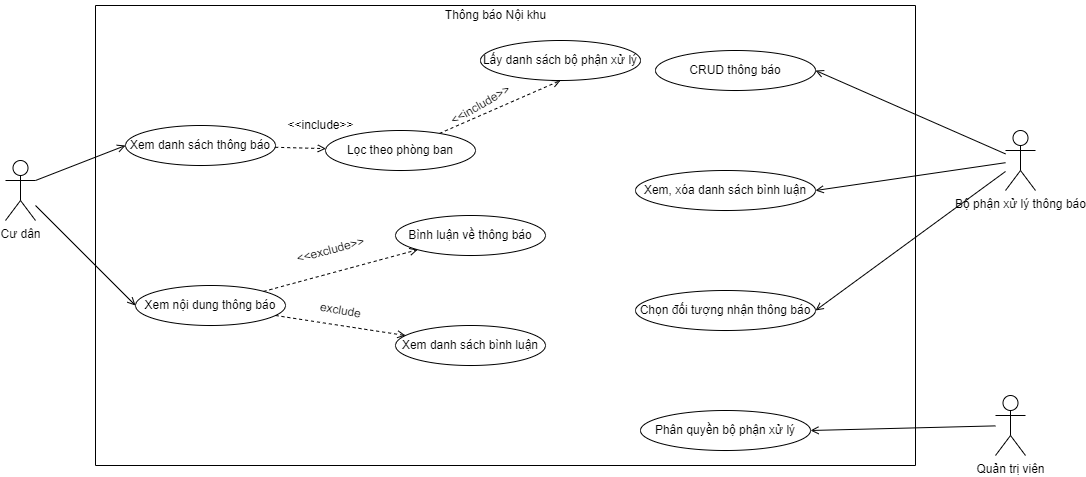
The draw.io diagram usecase diagram/Thông báo.drawio.png in kienndhn/draw-io, before a commit. Source tidied: cells renumbered, new cells last; positions are measured from the earlier drawing's top-left corner, leaving out a move shared by most shapes.
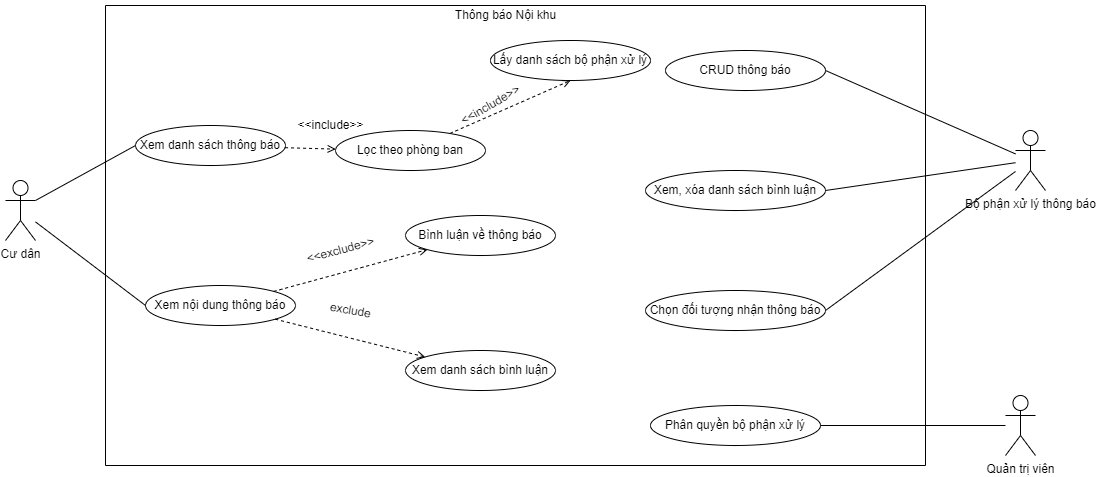
The same file after the commit.

The edit, as a diff of the source:
```diff
@@ -39,7 +39,7 @@
       <mxGeometry relative="1" as="geometry" />
     </mxCell>
     <mxCell id="14" value="Xem danh sách bình luận" style="ellipse;whiteSpace=wrap;html=1;" parent="2" vertex="1">
-      <mxGeometry x="300" y="320" width="150" height="40" as="geometry" />
+      <mxGeometry x="300" y="345" width="150" height="40" as="geometry" />
     </mxCell>
     <mxCell id="15" style="edgeStyle=none;rounded=0;jettySize=auto;html=1;dashed=1;endArrow=open;endFill=0;" parent="2" edge="1" source="5" target="14">
       <mxGeometry relative="1" as="geometry" />
@@ -57,30 +57,30 @@
       <mxGeometry x="340" y="85" width="90" height="30" as="geometry" />
     </mxCell>
     <mxCell id="20" value="Phân quyền bộ phận xử lý" style="ellipse;whiteSpace=wrap;html=1;" parent="2" vertex="1">
-      <mxGeometry x="545" y="405" width="170" height="40" as="geometry" />
+      <mxGeometry x="545" y="400" width="170" height="40" as="geometry" />
     </mxCell>
-    <mxCell id="21" style="edgeStyle=none;rounded=0;jettySize=auto;html=1;exitX=1;exitY=0.3333333333333333;exitDx=0;exitDy=0;exitPerimeter=0;entryX=0;entryY=0.5;entryDx=0;entryDy=0;endArrow=open;endFill=0;" parent="1" edge="1" source="23" target="4">
+    <mxCell id="21" style="edgeStyle=none;rounded=0;jettySize=auto;html=1;exitX=1;exitY=0.3333333333333333;exitDx=0;exitDy=0;exitPerimeter=0;entryX=0;entryY=0.5;entryDx=0;entryDy=0;endArrow=none;endFill=0;" parent="1" edge="1" source="23" target="4">
       <mxGeometry relative="1" as="geometry" />
     </mxCell>
-    <mxCell id="22" style="edgeStyle=none;rounded=0;jettySize=auto;html=1;entryX=0;entryY=0.5;entryDx=0;entryDy=0;endArrow=open;endFill=0;" parent="1" edge="1" source="23" target="5">
+    <mxCell id="22" style="edgeStyle=none;rounded=0;jettySize=auto;html=1;entryX=0;entryY=0.5;entryDx=0;entryDy=0;endArrow=none;endFill=0;" parent="1" edge="1" source="23" target="5">
       <mxGeometry relative="1" as="geometry" />
     </mxCell>
     <mxCell id="23" value="Cư dân" style="shape=umlActor;verticalLabelPosition=bottom;verticalAlign=top;html=1;outlineConnect=0;" parent="1" vertex="1">
-      <mxGeometry y="160" width="30" height="60" as="geometry" />
+      <mxGeometry x="-10" y="180" width="30" height="60" as="geometry" />
     </mxCell>
-    <mxCell id="24" style="edgeStyle=none;rounded=0;jettySize=auto;html=1;entryX=1;entryY=0.5;entryDx=0;entryDy=0;endArrow=open;endFill=0;" parent="1" edge="1" source="25" target="20">
+    <mxCell id="24" style="edgeStyle=none;rounded=0;jettySize=auto;html=1;entryX=1;entryY=0.5;entryDx=0;entryDy=0;endArrow=none;endFill=0;" parent="1" edge="1" source="25" target="20">
       <mxGeometry relative="1" as="geometry" />
     </mxCell>
     <mxCell id="25" value="Quản trị viên" style="shape=umlActor;verticalLabelPosition=bottom;verticalAlign=top;html=1;outlineConnect=0;" parent="1" vertex="1">
       <mxGeometry x="990" y="395" width="30" height="60" as="geometry" />
     </mxCell>
-    <mxCell id="26" style="edgeStyle=none;rounded=0;jettySize=auto;html=1;entryX=1;entryY=0.5;entryDx=0;entryDy=0;endArrow=open;endFill=0;" parent="1" edge="1" source="29" target="6">
+    <mxCell id="26" style="edgeStyle=none;rounded=0;jettySize=auto;html=1;entryX=1;entryY=0.5;entryDx=0;entryDy=0;endArrow=none;endFill=0;" parent="1" edge="1" source="29" target="6">
       <mxGeometry relative="1" as="geometry" />
     </mxCell>
-    <mxCell id="27" style="edgeStyle=none;rounded=0;jettySize=auto;html=1;entryX=1;entryY=0.5;entryDx=0;entryDy=0;endArrow=open;endFill=0;" parent="1" edge="1" source="29" target="7">
+    <mxCell id="27" style="edgeStyle=none;rounded=0;jettySize=auto;html=1;entryX=1;entryY=0.5;entryDx=0;entryDy=0;endArrow=none;endFill=0;" parent="1" edge="1" source="29" target="7">
       <mxGeometry relative="1" as="geometry" />
     </mxCell>
-    <mxCell id="28" style="edgeStyle=none;rounded=0;jettySize=auto;html=1;entryX=1;entryY=0.5;entryDx=0;entryDy=0;endArrow=open;endFill=0;" parent="1" edge="1" source="29" target="8">
+    <mxCell id="28" style="edgeStyle=none;rounded=0;jettySize=auto;html=1;entryX=1;entryY=0.5;entryDx=0;entryDy=0;endArrow=none;endFill=0;" parent="1" edge="1" source="29" target="8">
       <mxGeometry relative="1" as="geometry" />
     </mxCell>
     <mxCell id="29" value="Bộ phận xử lý thông báo" style="shape=umlActor;verticalLabelPosition=bottom;verticalAlign=top;html=1;outlineConnect=0;" parent="1" vertex="1">
```
